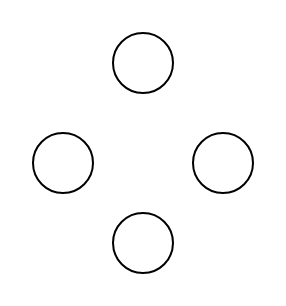
CamilleZxt/asset keeps this draw.io diagram as Untitled Diagram.drawio. Above is the earlier version. Source tidied: cells renumbered, new cells numbered last; positions are measured from the earlier drawing's top-left corner, leaving out a move shared by most shapes. Both pictures are drawn from the tidied source at 200%, with x=0, y=0 at pixel (32, 32).
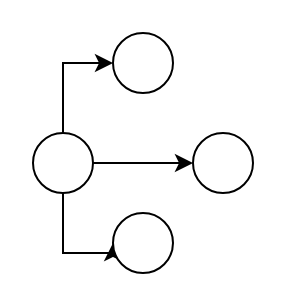
After the change.

Change to the diagram source:
```diff
@@
 <mxGraphModel>
   <root>
     <mxCell id="0" />
     <mxCell id="1" parent="0" />
     <mxCell id="2" style="ellipse;whiteSpace=wrap;html=1;" parent="1" vertex="1">
       <mxGeometry x="40" width="30" height="30" as="geometry" />
     </mxCell>
+    <mxCell id="6" style="edgeStyle=orthogonalEdgeStyle;rounded=0;jettySize=auto;html=1;exitX=1;exitY=0.5;exitDx=0;exitDy=0;entryX=0;entryY=0.5;entryDx=0;entryDy=0;" parent="1" edge="1" source="3" target="5">
+      <mxGeometry relative="1" as="geometry" />
+    </mxCell>
+    <mxCell id="7" style="edgeStyle=orthogonalEdgeStyle;rounded=0;jettySize=auto;html=1;exitX=0.5;exitY=0;exitDx=0;exitDy=0;entryX=0;entryY=0.5;entryDx=0;entryDy=0;" parent="1" edge="1" source="3" target="2">
+      <mxGeometry relative="1" as="geometry" />
+    </mxCell>
+    <mxCell id="8" style="edgeStyle=orthogonalEdgeStyle;rounded=0;jettySize=auto;html=1;exitX=0.5;exitY=1;exitDx=0;exitDy=0;entryX=0;entryY=0.5;entryDx=0;entryDy=0;" parent="1" edge="1" source="3" target="4">
+      <mxGeometry relative="1" as="geometry">
+        <Array as="points">
+          <mxPoint x="15" y="110" />
+          <mxPoint x="40" y="110" />
+        </Array>
+      </mxGeometry>
+    </mxCell>
     <mxCell id="3" style="ellipse;whiteSpace=wrap;html=1;" parent="1" vertex="1">
       <mxGeometry y="50" width="30" height="30" as="geometry" />
     </mxCell>
     <mxCell id="4" style="ellipse;whiteSpace=wrap;html=1;" parent="1" vertex="1">
       <mxGeometry x="40" y="90" width="30" height="30" as="geometry" />
     </mxCell>
     <mxCell id="5" style="ellipse;whiteSpace=wrap;html=1;" parent="1" vertex="1">
       <mxGeometry x="80" y="50" width="30" height="30" as="geometry" />
     </mxCell>
   </root>
 </mxGraphModel>
```
